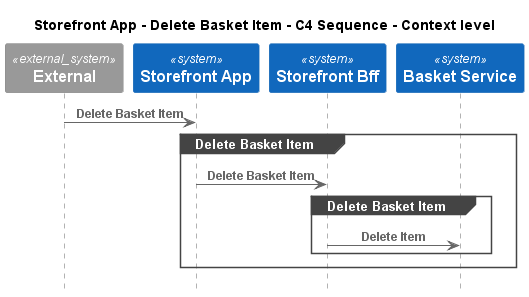
Earlier version of the PlantUML export e-commerce-platform/Software Systems/Storefront App/Interfaces/Delete Basket Item/Context - C4 Sequence.png (C4InterFlow/architecture-as-code-samples). Source of this version:
```plantuml
@startuml
!pragma layout smetana
!include ..\..\..\..\.c4s\C4_Sequence.puml

title Storefront App - Delete Basket Item - C4 Sequence - Context level

System_Ext(C4InterFlow.SoftwareSystems.ExternalSystem, "External", "")
System(ECommercePlatform.SoftwareSystems.StorefrontApp, "Storefront App", "")
System(ECommercePlatform.SoftwareSystems.StorefrontBff, "Storefront Bff", "")
System(ECommercePlatform.SoftwareSystems.BasketService, "Basket Service", "")

Rel(C4InterFlow.SoftwareSystems.ExternalSystem, ECommercePlatform.SoftwareSystems.StorefrontApp, "Delete Basket Item")
group Delete Basket Item
Rel(ECommercePlatform.SoftwareSystems.StorefrontApp, ECommercePlatform.SoftwareSystems.StorefrontBff, "Delete Basket Item")
group Delete Basket Item
Rel(ECommercePlatform.SoftwareSystems.StorefrontBff, ECommercePlatform.SoftwareSystems.BasketService, "Delete Item")
end
end


@enduml
```
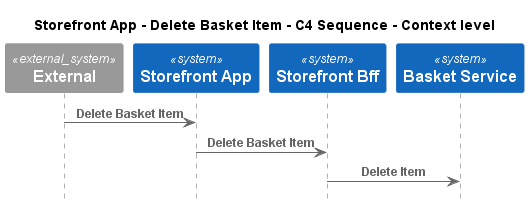
After the change.

Change to the diagram source:
```diff
@@ -10,12 +10,8 @@
 System(ECommercePlatform.SoftwareSystems.BasketService, "Basket Service", "")
 
 Rel(C4InterFlow.SoftwareSystems.ExternalSystem, ECommercePlatform.SoftwareSystems.StorefrontApp, "Delete Basket Item")
-group Delete Basket Item
 Rel(ECommercePlatform.SoftwareSystems.StorefrontApp, ECommercePlatform.SoftwareSystems.StorefrontBff, "Delete Basket Item")
-group Delete Basket Item
 Rel(ECommercePlatform.SoftwareSystems.StorefrontBff, ECommercePlatform.SoftwareSystems.BasketService, "Delete Item")
-end
-end
 
 
 @enduml
```
